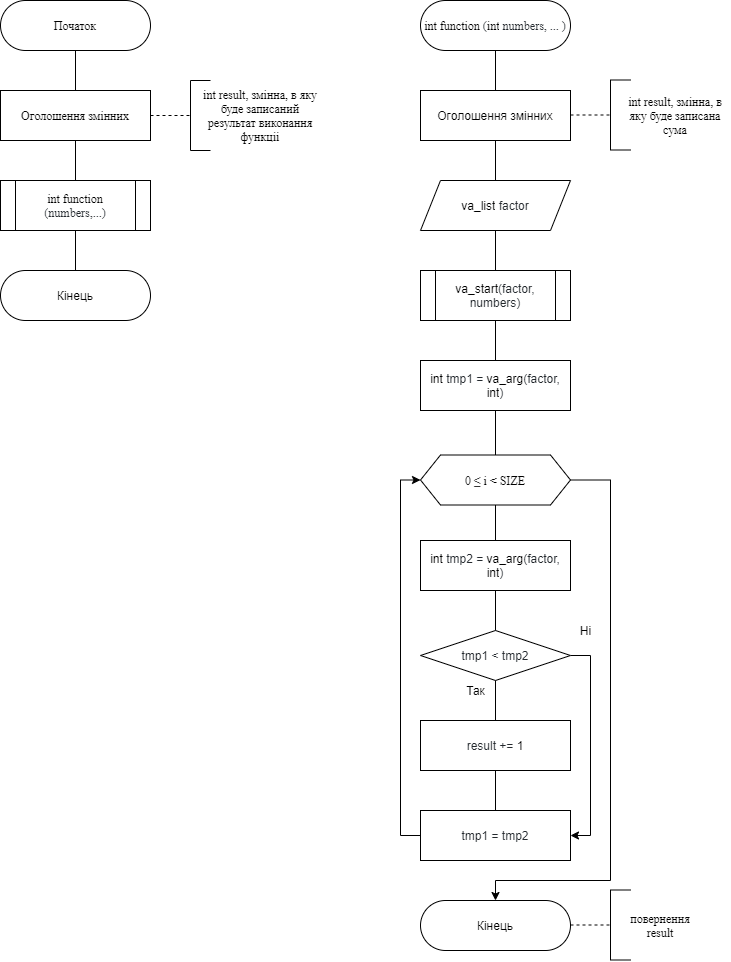
This is lab08/doc/assets/main3.c.png from Vlad-Makarenko/Programing-repo, a draw.io export, as it was before one commit. Source tidied: cells renumbered, new cells last; positions are measured from the earlier drawing's top-left corner, leaving out a move shared by most shapes.
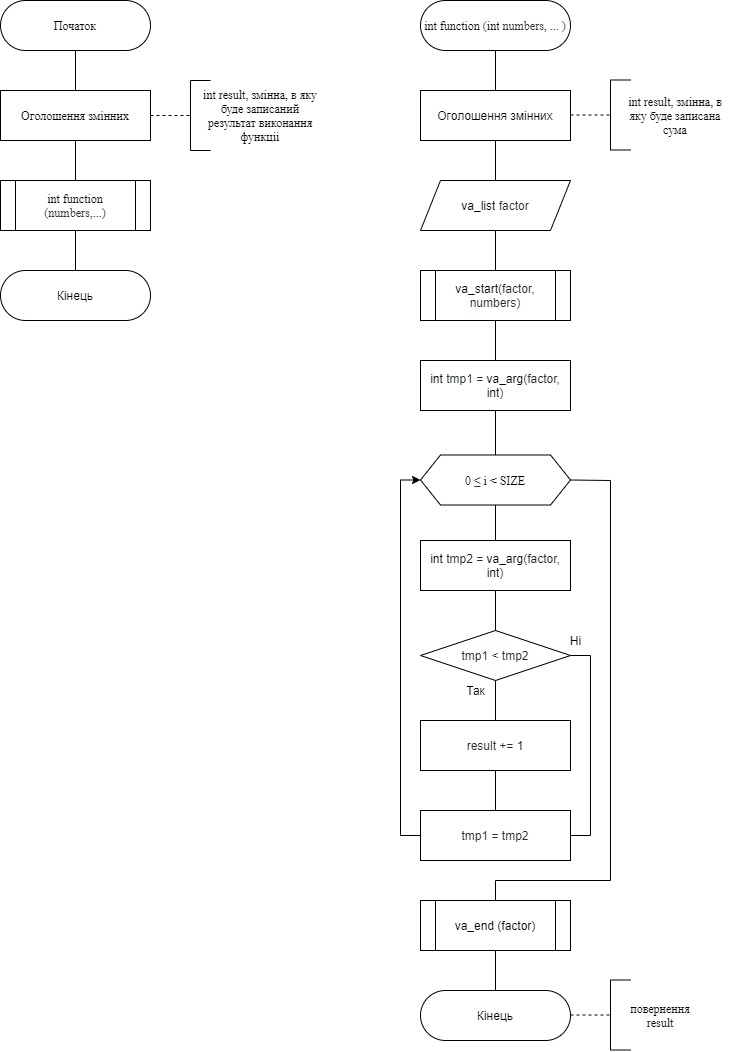
Later version of the same file.

The edit, as a diff of the source:
```diff
@@ -59,16 +59,6 @@
     <mxCell id="17" style="endArrow=none;html=1;exitX=0.5;exitY=1;exitDx=0;exitDy=0;entryX=0.5;entryY=0;entryDx=0;entryDy=0;" parent="1" edge="1" source="15" target="16">
       <mxGeometry relative="1" as="geometry" />
     </mxCell>
-    <mxCell id="18" style="edgeStyle=orthogonalEdgeStyle;rounded=0;jettySize=auto;html=1;exitX=1;exitY=0.5;exitDx=0;exitDy=0;" parent="1" edge="1" source="19">
-      <mxGeometry relative="1" as="geometry">
-        <mxPoint x="495" y="900" as="targetPoint" />
-        <Array as="points">
-          <mxPoint x="610" y="480" />
-          <mxPoint x="610" y="880" />
-          <mxPoint x="495" y="880" />
-        </Array>
-      </mxGeometry>
-    </mxCell>
     <mxCell id="19" value="&lt;font face=&quot;Times New Roman&quot;&gt;0&amp;nbsp;&lt;/font&gt;&lt;span style=&quot;color: rgb(51 , 51 , 51) ; font-weight: 700 ; background-color: rgb(255 , 255 , 255)&quot;&gt;&lt;font face=&quot;Times New Roman&quot;&gt;≤&amp;nbsp;&lt;/font&gt;&lt;/span&gt;&lt;font face=&quot;Times New Roman&quot;&gt;i &amp;lt; SIZE&lt;/font&gt;" style="shape=hexagon;perimeter=hexagonPerimeter2;whiteSpace=wrap;html=1;fixedSize=1;" parent="1" vertex="1">
       <mxGeometry x="420" y="454.5" width="150" height="50" as="geometry" />
     </mxCell>
@@ -83,9 +73,6 @@
     <mxCell id="22" value="&lt;span class=&quot;pl-k&quot; style=&quot;box-sizing: border-box ; font-family: , &amp;#34;consolas&amp;#34; , &amp;#34;liberation mono&amp;#34; , &amp;#34;menlo&amp;#34; , monospace ; background-color: rgb(255 , 255 , 255)&quot;&gt;int&lt;/span&gt;&lt;span style=&quot;color: rgb(36 , 41 , 46) ; font-family: , &amp;#34;consolas&amp;#34; , &amp;#34;liberation mono&amp;#34; , &amp;#34;menlo&amp;#34; , monospace ; background-color: rgb(255 , 255 , 255)&quot;&gt; tmp2 = &lt;/span&gt;&lt;span class=&quot;pl-c1&quot; style=&quot;box-sizing: border-box ; font-family: , &amp;#34;consolas&amp;#34; , &amp;#34;liberation mono&amp;#34; , &amp;#34;menlo&amp;#34; , monospace ; background-color: rgb(255 , 255 , 255)&quot;&gt;va_arg&lt;/span&gt;&lt;span style=&quot;color: rgb(36 , 41 , 46) ; font-family: , &amp;#34;consolas&amp;#34; , &amp;#34;liberation mono&amp;#34; , &amp;#34;menlo&amp;#34; , monospace ; background-color: rgb(255 , 255 , 255)&quot;&gt;(factor, &lt;/span&gt;&lt;span class=&quot;pl-k&quot; style=&quot;box-sizing: border-box ; font-family: , &amp;#34;consolas&amp;#34; , &amp;#34;liberation mono&amp;#34; , &amp;#34;menlo&amp;#34; , monospace ; background-color: rgb(255 , 255 , 255)&quot;&gt;int&lt;/span&gt;&lt;span style=&quot;color: rgb(36 , 41 , 46) ; font-family: , &amp;#34;consolas&amp;#34; , &amp;#34;liberation mono&amp;#34; , &amp;#34;menlo&amp;#34; , monospace ; background-color: rgb(255 , 255 , 255)&quot;&gt;)&lt;/span&gt;" style="rounded=0;whiteSpace=wrap;html=1;" parent="1" vertex="1">
       <mxGeometry x="420" y="540" width="150" height="50" as="geometry" />
     </mxCell>
-    <mxCell id="23" style="edgeStyle=orthogonalEdgeStyle;rounded=0;jettySize=auto;html=1;exitX=1;exitY=0.5;exitDx=0;exitDy=0;entryX=1;entryY=0.5;entryDx=0;entryDy=0;" parent="1" edge="1" source="24" target="31">
-      <mxGeometry relative="1" as="geometry" />
-    </mxCell>
     <mxCell id="24" value="&lt;span style=&quot;color: rgb(36 , 41 , 46) ; font-family: , &amp;#34;consolas&amp;#34; , &amp;#34;liberation mono&amp;#34; , &amp;#34;menlo&amp;#34; , monospace ; background-color: rgb(255 , 255 , 255)&quot;&gt;tmp1 &amp;lt; tmp2&lt;/span&gt;" style="rhombus;whiteSpace=wrap;html=1;" parent="1" vertex="1">
       <mxGeometry x="420" y="630" width="150" height="50" as="geometry" />
     </mxCell>
@@ -102,7 +89,7 @@
       <mxGeometry x="460" y="680" width="30" height="20" as="geometry" />
     </mxCell>
     <mxCell id="29" value="Ні" style="text;html=1;align=center;verticalAlign=middle;" parent="1" vertex="1">
-      <mxGeometry x="570" y="620" width="30" height="20" as="geometry" />
+      <mxGeometry x="560" y="630" width="30" height="20" as="geometry" />
     </mxCell>
     <mxCell id="30" style="edgeStyle=orthogonalEdgeStyle;rounded=0;jettySize=auto;html=1;exitX=0;exitY=0.5;exitDx=0;exitDy=0;entryX=0;entryY=0.5;entryDx=0;entryDy=0;" parent="1" edge="1" source="31" target="19">
       <mxGeometry relative="1" as="geometry" />
@@ -114,7 +101,7 @@
       <mxGeometry relative="1" as="geometry" />
     </mxCell>
     <mxCell id="33" value="Кінець" style="rounded=1;whiteSpace=wrap;html=1;arcSize=50;" parent="1" vertex="1">
-      <mxGeometry x="420" y="900" width="150" height="50" as="geometry" />
+      <mxGeometry x="420" y="990" width="150" height="50" as="geometry" />
     </mxCell>
     <mxCell id="34" style="endArrow=none;dashed=1;html=1;exitX=1;exitY=0.5;exitDx=0;exitDy=0;" parent="1" edge="1" source="4">
       <mxGeometry relative="1" as="geometry">
@@ -168,33 +155,56 @@
     </mxCell>
     <mxCell id="43" style="endArrow=none;dashed=1;html=1;exitX=1;exitY=0.5;exitDx=0;exitDy=0;" parent="1" edge="1">
       <mxGeometry relative="1" as="geometry">
-        <mxPoint x="570" y="924.5" as="sourcePoint" />
-        <mxPoint x="610" y="924.5" as="targetPoint" />
+        <mxPoint x="570" y="1014.5" as="sourcePoint" />
+        <mxPoint x="610" y="1014.5" as="targetPoint" />
       </mxGeometry>
     </mxCell>
     <mxCell id="44" style="endArrow=none;html=1;" parent="1" edge="1">
       <mxGeometry relative="1" as="geometry">
-        <mxPoint x="610" y="959.5" as="sourcePoint" />
-        <mxPoint x="610" y="889.5" as="targetPoint" />
+        <mxPoint x="610" y="1049.5" as="sourcePoint" />
+        <mxPoint x="610" y="979.5" as="targetPoint" />
       </mxGeometry>
     </mxCell>
     <mxCell id="45" style="endArrow=none;html=1;" parent="1" edge="1">
       <mxGeometry relative="1" as="geometry">
-        <mxPoint x="610" y="889.5" as="sourcePoint" />
-        <mxPoint x="630" y="889.5" as="targetPoint" />
+        <mxPoint x="610" y="979.5" as="sourcePoint" />
+        <mxPoint x="630" y="979.5" as="targetPoint" />
       </mxGeometry>
     </mxCell>
     <mxCell id="46" style="endArrow=none;html=1;" parent="1" edge="1">
       <mxGeometry relative="1" as="geometry">
-        <mxPoint x="610" y="959.5" as="sourcePoint" />
-        <mxPoint x="630" y="959.5" as="targetPoint" />
+        <mxPoint x="610" y="1049.5" as="sourcePoint" />
+        <mxPoint x="630" y="1049.5" as="targetPoint" />
       </mxGeometry>
     </mxCell>
     <mxCell id="47" value="&lt;font face=&quot;Times New Roman&quot;&gt;повернення result&lt;/font&gt;" style="text;html=1;strokeColor=none;fillColor=none;align=center;verticalAlign=middle;whiteSpace=wrap;rounded=0;" parent="1" vertex="1">
-      <mxGeometry x="630" y="910" width="60" height="30" as="geometry" />
+      <mxGeometry x="630" y="1000" width="60" height="30" as="geometry" />
     </mxCell>
     <mxCell id="48" value="&lt;font face=&quot;Times New Roman&quot;&gt;int result, змінна, в яку буде записана сума&lt;/font&gt;" style="text;html=1;strokeColor=none;fillColor=none;align=center;verticalAlign=middle;whiteSpace=wrap;rounded=0;" parent="1" vertex="1">
       <mxGeometry x="620" y="95" width="110" height="40" as="geometry" />
     </mxCell>
+    <mxCell id="49" value="va_end (factor)" style="shape=process;whiteSpace=wrap;html=1;backgroundOutline=1;" parent="1" vertex="1">
+      <mxGeometry x="420" y="900" width="150" height="50" as="geometry" />
+    </mxCell>
+    <mxCell id="50" style="endArrow=none;html=1;entryX=0.5;entryY=1;entryDx=0;entryDy=0;exitX=0.5;exitY=0;exitDx=0;exitDy=0;" parent="1" edge="1" source="33" target="49">
+      <mxGeometry relative="1" as="geometry" />
+    </mxCell>
+    <mxCell id="51" style="endArrow=none;html=1;entryX=1;entryY=0.5;entryDx=0;entryDy=0;exitX=0.5;exitY=0;exitDx=0;exitDy=0;rounded=0;" parent="1" edge="1" source="49" target="19">
+      <mxGeometry relative="1" as="geometry">
+        <Array as="points">
+          <mxPoint x="495" y="880" />
+          <mxPoint x="610" y="880" />
+          <mxPoint x="610" y="480" />
+        </Array>
+      </mxGeometry>
+    </mxCell>
+    <mxCell id="52" style="endArrow=none;html=1;entryX=1;entryY=0.5;entryDx=0;entryDy=0;exitX=1;exitY=0.5;exitDx=0;exitDy=0;rounded=0;" parent="1" edge="1" source="31" target="24">
+      <mxGeometry relative="1" as="geometry">
+        <Array as="points">
+          <mxPoint x="590" y="835" />
+          <mxPoint x="590" y="655" />
+        </Array>
+      </mxGeometry>
+    </mxCell>
   </root>
 </mxGraphModel>
```
